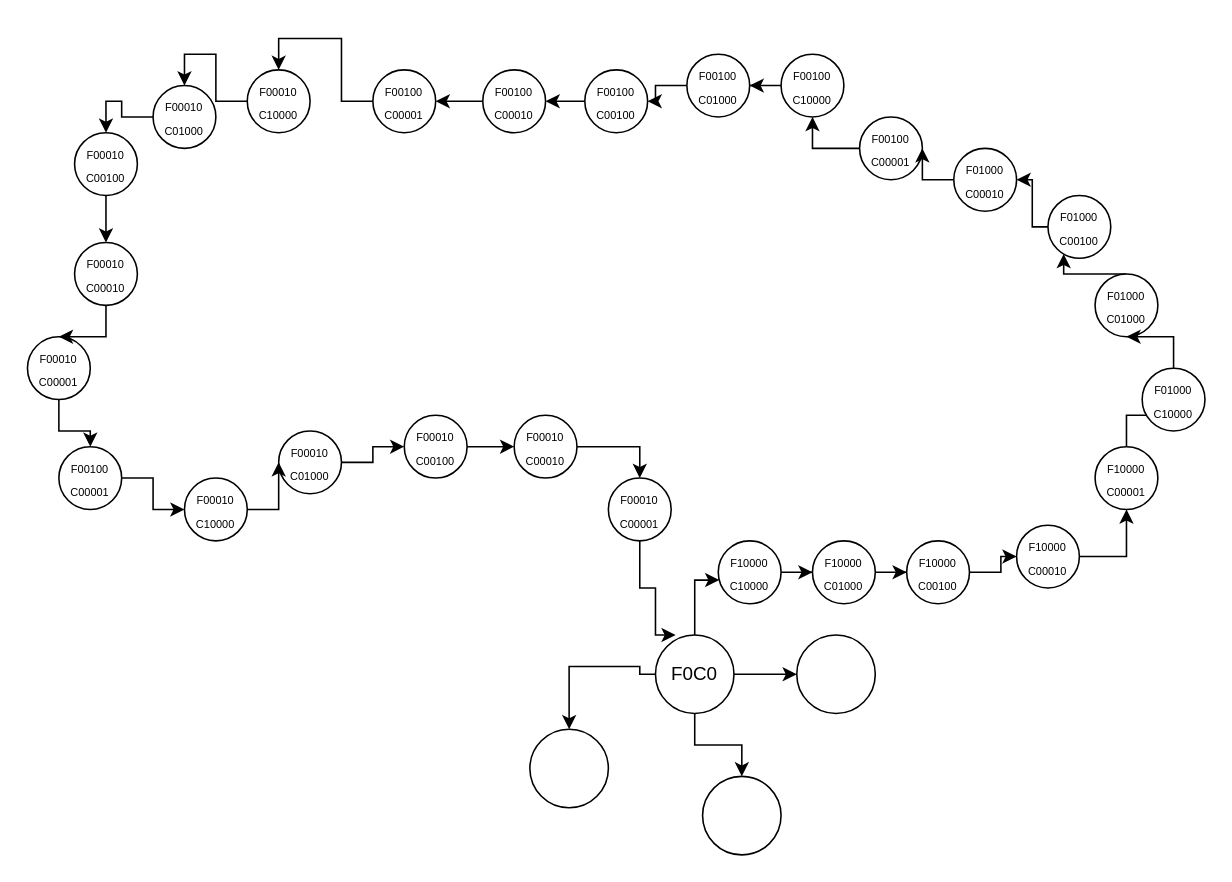
This is Untitled Diagram.drawio from wakamoia/elecdigital22, a draw.io file, before an edit. Source tidied: cells renumbered, new cells numbered last; positions are measured from the earlier drawing's top-left corner, leaving out a move shared by most shapes. Both pictures are drawn from the tidied source at 157%, with x=0, y=0 at pixel (27, 53).
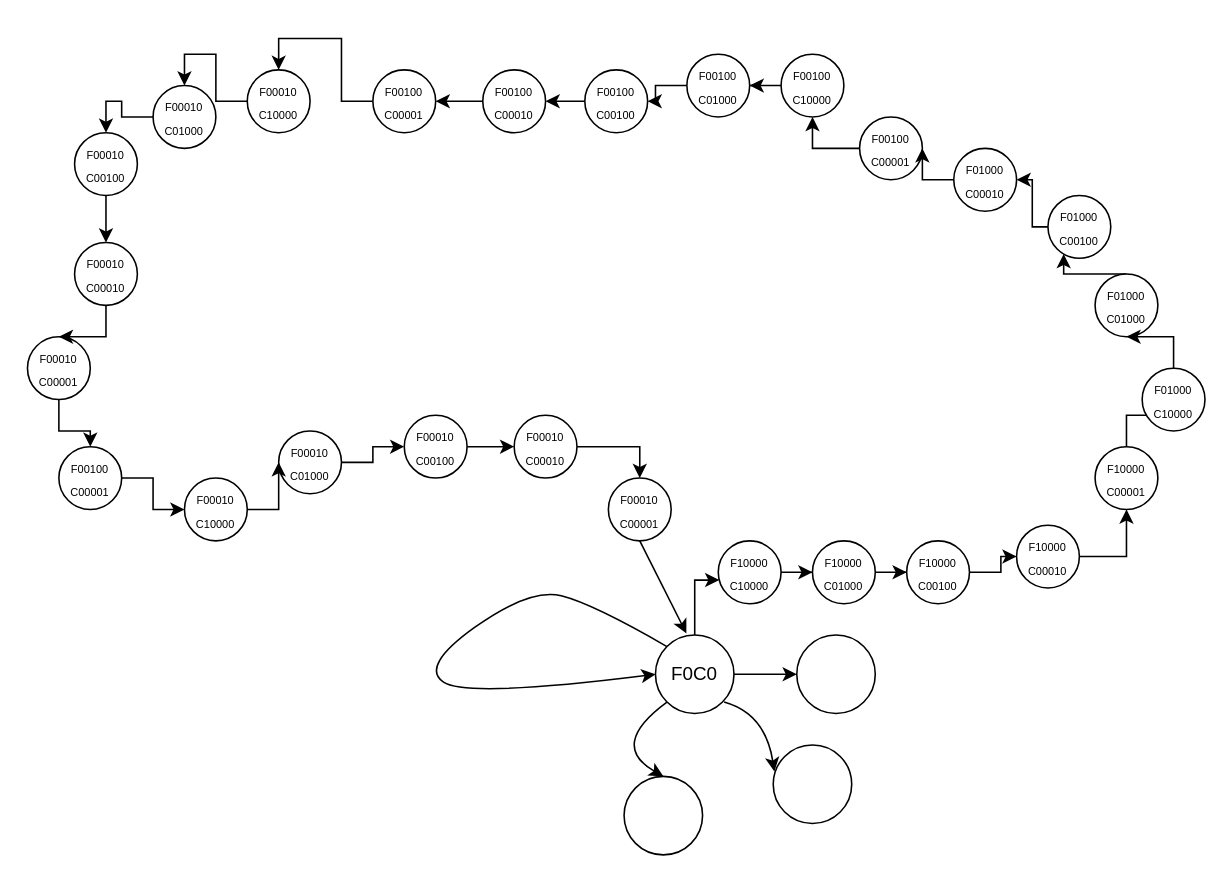
The same diagram, later.

Unchanged cells that the change refers to:
```xml
<mxCell id="6" value="F0C0" style="ellipse;whiteSpace=wrap;html=1;" parent="1" vertex="1">
  <mxGeometry x="400" y="370" width="50" height="50" as="geometry" />
</mxCell>
<mxCell id="53" value="&lt;font style=&quot;font-size: 7px;&quot;&gt;F00010&lt;br&gt;C00001&lt;br&gt;&lt;/font&gt;" style="ellipse;whiteSpace=wrap;html=1;" parent="1" vertex="1">
  <mxGeometry x="370" y="270" width="40" height="40" as="geometry" />
</mxCell>
```

Change to the diagram source:
```diff
@@
-    <mxCell id="3" style="edgeStyle=orthogonalEdgeStyle;rounded=0;jettySize=auto;html=1;" parent="1" edge="1" source="6" target="11">
-      <mxGeometry relative="1" as="geometry" />
-    </mxCell>
-    <mxCell id="4" style="edgeStyle=orthogonalEdgeStyle;rounded=0;jettySize=auto;html=1;entryX=0.5;entryY=0;entryDx=0;entryDy=0;" parent="1" edge="1" source="6" target="10">
-      <mxGeometry relative="1" as="geometry">
-        <Array as="points">
-          <mxPoint x="390" y="395" />
-          <mxPoint x="390" y="390" />
-          <mxPoint x="345" y="390" />
-        </Array>
-      </mxGeometry>
-    </mxCell>
@@
     <mxCell id="10" style="ellipse;whiteSpace=wrap;html=1;" parent="1" vertex="1">
-      <mxGeometry x="320" y="430" width="50" height="50" as="geometry" />
+      <mxGeometry x="380" y="460" width="50" height="50" as="geometry" />
     </mxCell>
-    <mxCell id="11" style="ellipse;whiteSpace=wrap;html=1;" parent="1" vertex="1">
-      <mxGeometry x="430" y="460" width="50" height="50" as="geometry" />
+    <mxCell id="11" style="ellipse;whiteSpace=wrap;html=1;direction=south;rotation=-90;" parent="1" vertex="1">
+      <mxGeometry x="475" y="440" width="50" height="50" as="geometry" />
     </mxCell>
@@
-    <mxCell id="52" style="edgeStyle=orthogonalEdgeStyle;rounded=0;jettySize=auto;html=1;fontSize=7;entryX=0.257;entryY=0;entryDx=0;entryDy=0;entryPerimeter=0;" parent="1" edge="1" source="53" target="6">
-      <mxGeometry relative="1" as="geometry">
-        <Array as="points">
-          <mxPoint x="390" y="340" />
-          <mxPoint x="400" y="340" />
-          <mxPoint x="400" y="370" />
-        </Array>
-      </mxGeometry>
-    </mxCell>
@@
+    <mxCell id="62" style="curved=1;endArrow=classic;html=1;rounded=0;fontSize=7;exitX=0;exitY=0;exitDx=0;exitDy=0;entryX=0;entryY=0.5;entryDx=0;entryDy=0;" parent="1" edge="1" source="6" target="6">
+      <mxGeometry relative="1" as="geometry">
+        <Array as="points">
+          <mxPoint x="360" y="350" />
+          <mxPoint x="320" y="340" />
+          <mxPoint x="250" y="390" />
+          <mxPoint x="280" y="410" />
+        </Array>
+      </mxGeometry>
+    </mxCell>
+    <mxCell id="4" style="curved=1;endArrow=classic;html=1;rounded=0;fontSize=7;exitX=0;exitY=1;exitDx=0;exitDy=0;entryX=0.5;entryY=0;entryDx=0;entryDy=0;" parent="1" edge="1" source="6" target="10">
+      <mxGeometry relative="1" as="geometry">
+        <Array as="points">
+          <mxPoint x="370" y="440" />
+        </Array>
+      </mxGeometry>
+    </mxCell>
+    <mxCell id="63" style="curved=1;endArrow=classic;html=1;rounded=0;fontSize=7;exitX=0;exitY=1;exitDx=0;exitDy=0;entryX=0.015;entryY=0.337;entryDx=0;entryDy=0;entryPerimeter=0;" parent="1" edge="1" target="11">
+      <mxGeometry relative="1" as="geometry">
+        <mxPoint x="443.7" y="412.7" as="sourcePoint" />
+        <Array as="points">
+          <mxPoint x="470" y="420" />
+        </Array>
+      </mxGeometry>
+    </mxCell>
+    <mxCell id="52" style="endArrow=classic;html=1;rounded=0;fontSize=7;exitX=0.5;exitY=1;exitDx=0;exitDy=0;entryX=0.394;entryY=-0.021;entryDx=0;entryDy=0;entryPerimeter=0;" parent="1" edge="1" source="53" target="6">
+      <mxGeometry relative="1" as="geometry" />
+    </mxCell>
```
